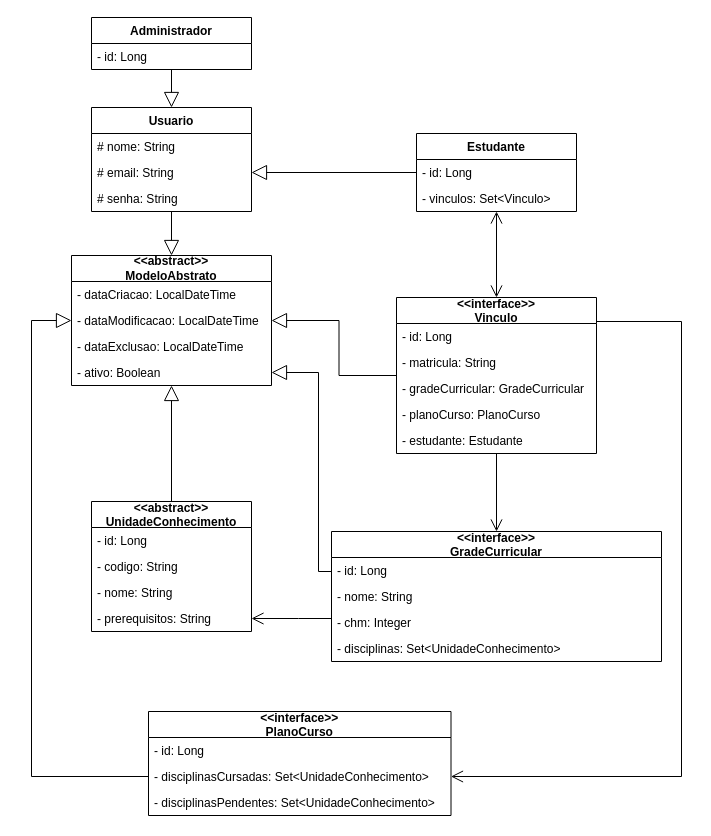
Earlier version of the draw.io diagram page "Framework" (4 of 5) of planejamento/modelagem/DiagramaDeClasses.drawio (arturo32/PODE). Source tidied: cells renumbered, new cells numbered last; positions are measured from the earlier drawing's top-left corner, leaving out a move shared by most shapes. Both pictures are drawn from the tidied source at 100%, with x=0, y=0 at pixel (31, 17).
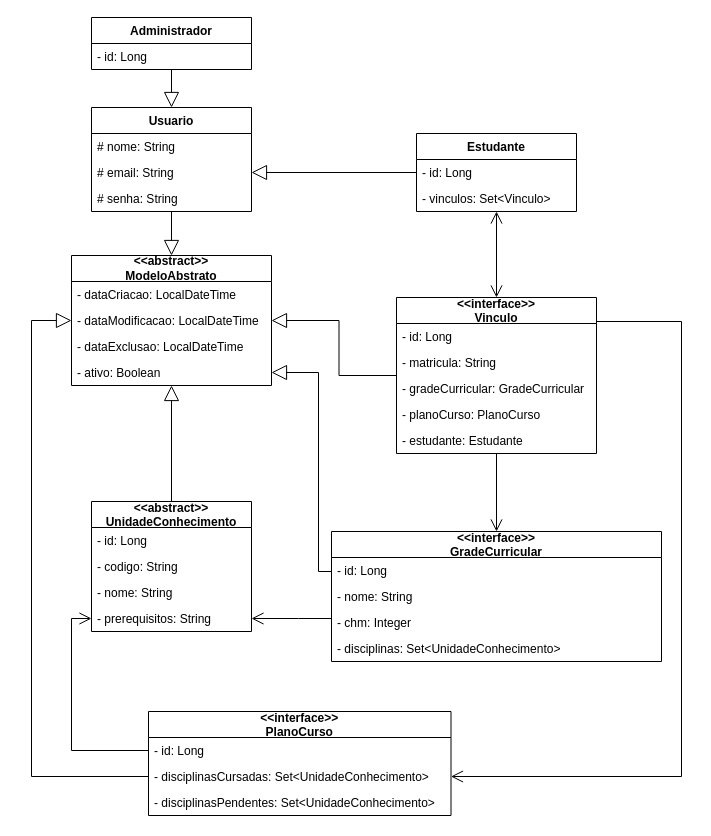
After the change.

Commit message:
Adiciona modelo inicial para a aplicação 1

The change refers to these unchanged cells:
```xml
<mxCell id="38" value="- id: Long" style="text;strokeColor=none;fillColor=none;align=left;verticalAlign=top;spacingLeft=4;spacingRight=4;overflow=hidden;points=[[0,0.5],[1,0.5]];portConstraint=eastwest;rounded=0;shadow=0;glass=0;sketch=0;" parent="37" vertex="1">
  <mxGeometry y="26" width="302.5" height="26" as="geometry" />
</mxCell>
<mxCell id="46" value="- prerequisitos: String" style="text;strokeColor=none;fillColor=none;align=left;verticalAlign=top;spacingLeft=4;spacingRight=4;overflow=hidden;points=[[0,0.5],[1,0.5]];portConstraint=eastwest;rounded=0;shadow=0;glass=0;sketch=0;" parent="42" vertex="1">
  <mxGeometry y="104" width="160" height="26" as="geometry" />
</mxCell>
```

What changed in the source:
```diff
@@
+    <mxCell id="47" style="edgeStyle=orthogonalEdgeStyle;rounded=0;jettySize=auto;html=1;entryX=0;entryY=0.5;entryDx=0;entryDy=0;endArrow=open;endFill=0;strokeWidth=1;endSize=10;startFill=0;startSize=10;" parent="1" edge="1" source="38" target="46">
+      <mxGeometry relative="1" as="geometry" />
+    </mxCell>
```
